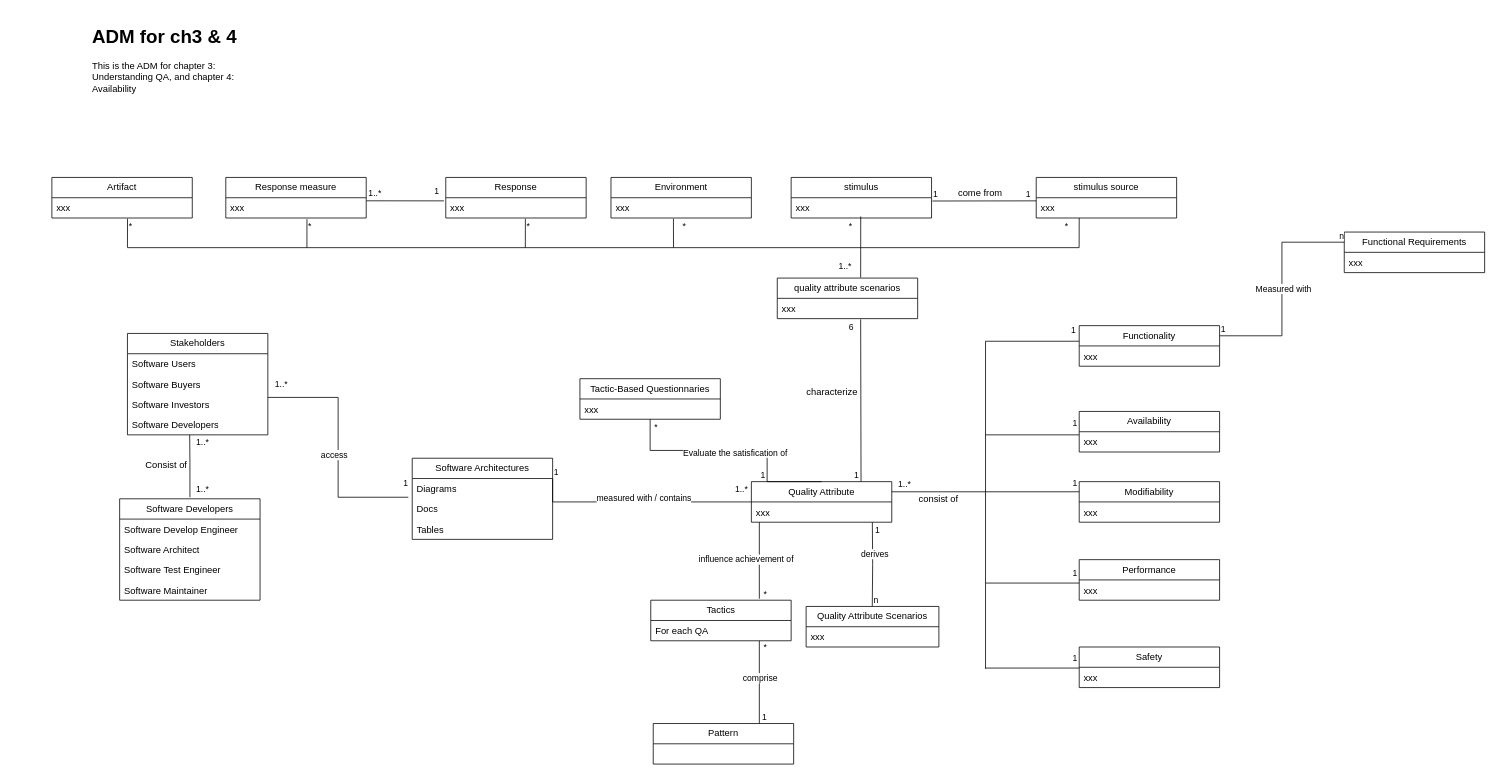
Before: Documentation/DomainModel/ch3_4_ADM.drawio in dhruwanga19/4471_Group14_ProjectDocumentation, a draw.io diagram. Source tidied: cells renumbered, new cells numbered last; positions are measured from the earlier drawing's top-left corner, leaving out a move shared by most shapes. Both pictures are drawn from the tidied source at 78%, with x=0, y=0 at pixel (51, 21).
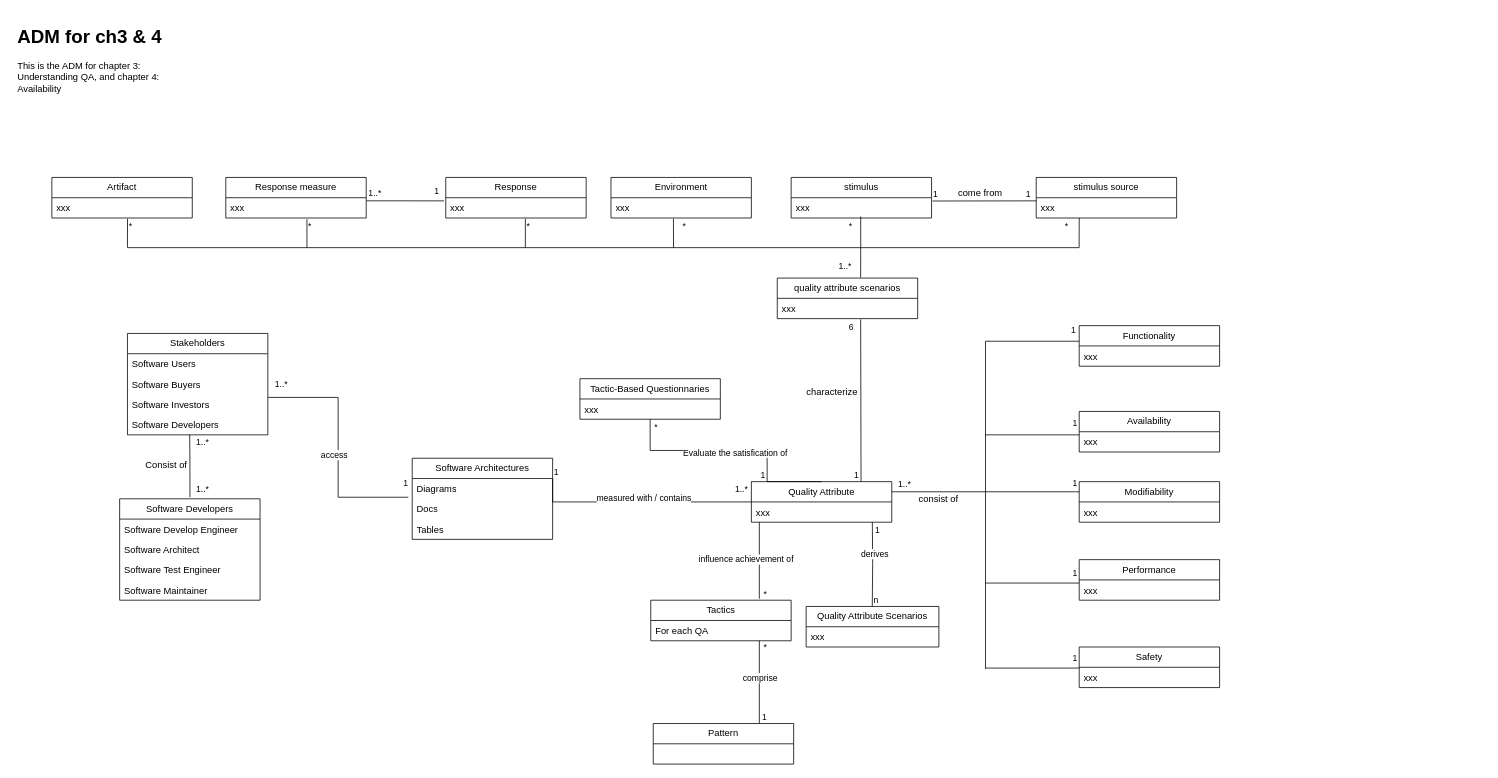
Above is the later version.

Unchanged cells that the change refers to:
```xml
<mxCell id="22" value="Functionality" style="swimlane;fontStyle=0;horizontal=1;startSize=26;fillColor=none;whiteSpace=wrap;html=1;" parent="1" vertex="1">
  <mxGeometry x="1317.1" y="390" width="180" height="52" as="geometry" />
</mxCell>
```

Change to the diagram source:
```diff
@@
     <mxCell id="2" value="&lt;h1&gt;ADM for ch3 &amp;amp; 4&lt;/h1&gt;&lt;p&gt;This is the ADM for chapter 3: Understanding QA, and chapter 4: Availability&lt;/p&gt;" style="text;html=1;strokeColor=none;fillColor=none;spacing=5;spacingTop=-20;whiteSpace=wrap;overflow=hidden;rounded=0;" parent="1" vertex="1">
-      <mxGeometry x="47" width="210" height="120" as="geometry" />
+      <mxGeometry x="-49" width="210" height="120" as="geometry" />
     </mxCell>
@@
-    <mxCell id="29" value="Functional Requirements" style="swimlane;fontStyle=0;horizontal=1;startSize=26;fillColor=none;whiteSpace=wrap;html=1;" parent="1" vertex="1">
-      <mxGeometry x="1656.9" y="270" width="180" height="52" as="geometry" />
-    </mxCell>
-    <mxCell id="30" value="xxx" style="text;strokeColor=none;fillColor=none;align=left;verticalAlign=top;spacingLeft=4;spacingRight=4;overflow=hidden;whiteSpace=wrap;html=1;" parent="29" vertex="1">
-      <mxGeometry y="26" width="180" height="26" as="geometry" />
-    </mxCell>
@@
-    <mxCell id="46" style="endArrow=none;html=1;edgeStyle=orthogonalEdgeStyle;rounded=0;exitX=1;exitY=0.25;exitDx=0;exitDy=0;entryX=0;entryY=0.25;entryDx=0;entryDy=0;" parent="1" edge="1" source="22" target="29">
-      <mxGeometry relative="1" as="geometry" />
-    </mxCell>
-    <mxCell id="47" value="1" style="edgeLabel;html=1;align=left;verticalAlign=bottom;" parent="46" vertex="1">
-      <mxGeometry x="-1" relative="1" as="geometry" />
-    </mxCell>
-    <mxCell id="48" value="n" style="edgeLabel;html=1;align=right;verticalAlign=bottom;" parent="46" vertex="1">
-      <mxGeometry x="1" relative="1" as="geometry" />
-    </mxCell>
-    <mxCell id="49" value="Measured with" style="edgeLabel;html=1;align=center;verticalAlign=middle;" parent="46" vertex="1">
-      <mxGeometry y="-1" relative="1" as="geometry" />
-    </mxCell>
```
